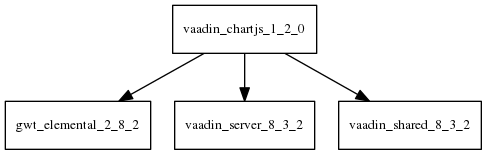
This is tattleTaleReport/graphviz/vaadin-chartjs-1.2.0.jar/vaadin-chartjs-1.2.0.jar.png from sjvs/cia, a Graphviz export, as it was before one commit. Its source is kept beside it as tattleTaleReport/graphviz/vaadin-chartjs-1.2.0.jar/vaadin-chartjs-1.2.0.jar.dot. Source of this version:
```dot
digraph vaadin_chartjs_1_2_0_dependencies {
  node [shape = box, fontsize=10.0];
  vaadin_chartjs_1_2_0 -> gwt_elemental_2_8_2;
  vaadin_chartjs_1_2_0 -> vaadin_server_8_3_2;
  vaadin_chartjs_1_2_0 -> vaadin_shared_8_3_2;
}
```
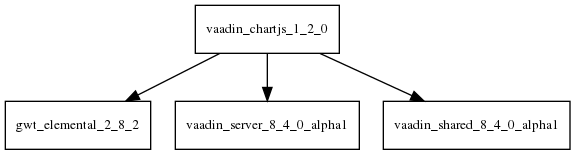
Later version of the same file.

What changed in the source:
```diff
@@ -1,6 +1,6 @@
 digraph vaadin_chartjs_1_2_0_dependencies {
   node [shape = box, fontsize=10.0];
   vaadin_chartjs_1_2_0 -> gwt_elemental_2_8_2;
-  vaadin_chartjs_1_2_0 -> vaadin_server_8_3_2;
-  vaadin_chartjs_1_2_0 -> vaadin_shared_8_3_2;
+  vaadin_chartjs_1_2_0 -> vaadin_server_8_4_0_alpha1;
+  vaadin_chartjs_1_2_0 -> vaadin_shared_8_4_0_alpha1;
 }
```
